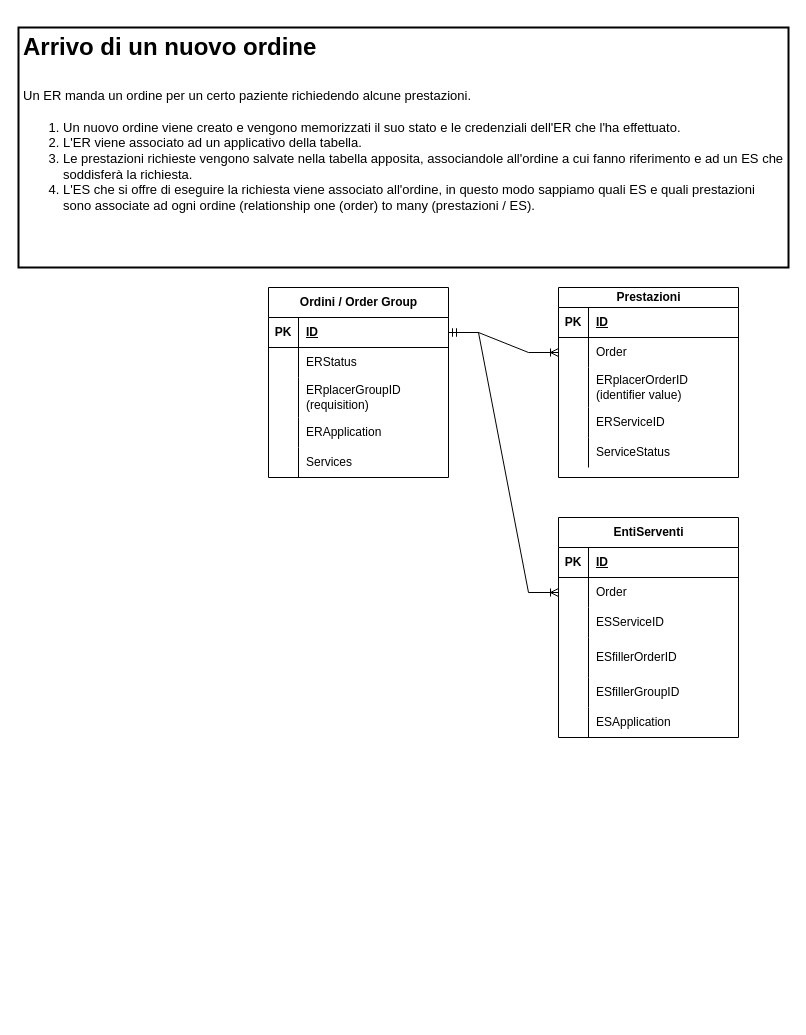
Before: Diagramma senza titolo.drawio in pietrodileo/ER-diagram-with-Draw.io, a draw.io diagram. Source tidied: cells renumbered, new cells numbered last; positions are measured from the earlier drawing's top-left corner, leaving out a move shared by most shapes. Both pictures are drawn from the tidied source at 100%, with x=0, y=0 at pixel (18, 27).
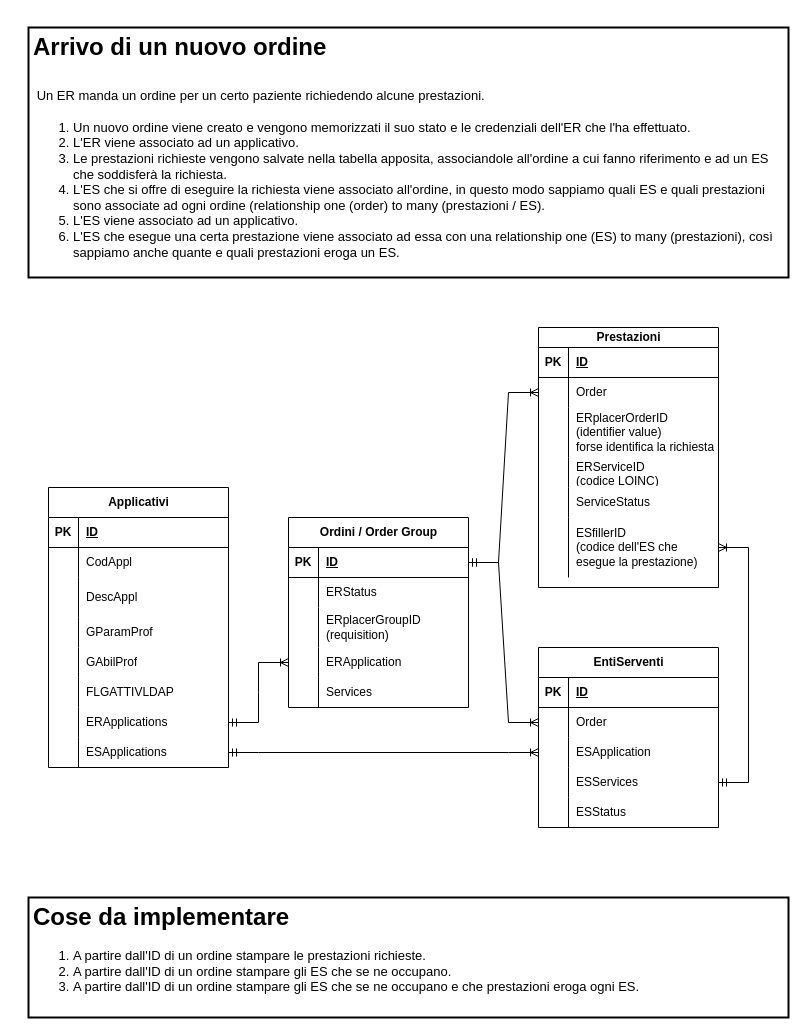
The same page after the edit.

The change refers to these unchanged cells:
```xml
<mxCell id="28" style="shape=tableRow;horizontal=0;startSize=0;swimlaneHead=0;swimlaneBody=0;fillColor=none;points=[[0,0.5],[1,0.5]];portConstraint=eastwest;top=0;left=0;right=0;bottom=0;" parent="18" vertex="1">
  <mxGeometry y="130" width="180" height="30" as="geometry" />
</mxCell>
```

The edit, as a diff of the source:
```diff
@@
     <mxCell id="2" value="Prestazioni" style="shape=table;startSize=20;childLayout=tableLayout;rowLines=0;fontStyle=1;align=center;html=1;" parent="1" vertex="1">
-      <mxGeometry x="540" y="260" width="180" height="190" as="geometry" />
+      <mxGeometry x="520" y="300" width="180" height="260" as="geometry" />
     </mxCell>
@@
     <mxCell id="9" style="shape=tableRow;horizontal=0;startSize=0;swimlaneHead=0;swimlaneBody=0;fillColor=none;top=0;left=0;right=0;bottom=0;" parent="2" vertex="1">
-      <mxGeometry y="80" width="180" height="40" as="geometry" />
+      <mxGeometry y="80" width="180" height="50" as="geometry" />
     </mxCell>
     <mxCell id="10" style="shape=partialRectangle;fillColor=none;top=0;left=0;bottom=0;right=0;overflow=hidden;whiteSpace=wrap;html=1;" parent="9" vertex="1">
-      <mxGeometry width="30" height="40" as="geometry" />
+      <mxGeometry width="30" height="50" as="geometry" />
     </mxCell>
-    <mxCell id="11" value="ERplacerOrderID&lt;br&gt;(identifier value)" style="shape=partialRectangle;fillColor=none;top=0;left=0;bottom=0;right=0;align=left;spacingLeft=6;overflow=hidden;whiteSpace=wrap;html=1;" parent="9" vertex="1">
-      <mxGeometry x="30" width="150" height="40" as="geometry" />
+    <mxCell id="11" value="ERplacerOrderID&lt;br&gt;(identifier value)&amp;nbsp;&lt;br&gt;forse identifica la richiesta" style="shape=partialRectangle;fillColor=none;top=0;left=0;bottom=0;right=0;align=left;spacingLeft=6;overflow=hidden;whiteSpace=wrap;html=1;" parent="9" vertex="1">
+      <mxGeometry x="30" width="150" height="50" as="geometry" />
     </mxCell>
     <mxCell id="12" style="shape=tableRow;horizontal=0;startSize=0;swimlaneHead=0;swimlaneBody=0;fillColor=none;top=0;left=0;right=0;bottom=0;" parent="2" vertex="1">
-      <mxGeometry y="120" width="180" height="30" as="geometry" />
+      <mxGeometry y="130" width="180" height="30" as="geometry" />
     </mxCell>
@@
-    <mxCell id="14" value="ERServiceID" style="shape=partialRectangle;fillColor=none;top=0;left=0;bottom=0;right=0;align=left;spacingLeft=6;overflow=hidden;whiteSpace=wrap;html=1;" parent="12" vertex="1">
+    <mxCell id="14" value="ERServiceID&lt;br&gt;(codice LOINC)" style="shape=partialRectangle;fillColor=none;top=0;left=0;bottom=0;right=0;align=left;spacingLeft=6;overflow=hidden;whiteSpace=wrap;html=1;" parent="12" vertex="1">
       <mxGeometry x="30" width="150" height="30" as="geometry" />
     </mxCell>
     <mxCell id="15" style="shape=tableRow;horizontal=0;startSize=0;swimlaneHead=0;swimlaneBody=0;fillColor=none;top=0;left=0;right=0;bottom=0;" parent="2" vertex="1">
-      <mxGeometry y="150" width="180" height="30" as="geometry" />
+      <mxGeometry y="160" width="180" height="30" as="geometry" />
     </mxCell>
@@
+    <mxCell id="56" style="shape=tableRow;horizontal=0;startSize=0;swimlaneHead=0;swimlaneBody=0;fillColor=none;points=[[0,0.5],[1,0.5]];portConstraint=eastwest;top=0;left=0;right=0;bottom=0;" parent="2" vertex="1">
+      <mxGeometry y="190" width="180" height="60" as="geometry" />
+    </mxCell>
+    <mxCell id="57" style="shape=partialRectangle;fillColor=none;top=0;left=0;bottom=0;right=0;overflow=hidden;whiteSpace=wrap;html=1;" parent="56" vertex="1">
+      <mxGeometry width="30" height="60" as="geometry" />
+    </mxCell>
+    <mxCell id="58" value="ESfillerID&lt;br&gt;(codice dell'ES che esegue la prestazione)" style="shape=partialRectangle;fillColor=none;top=0;left=0;bottom=0;right=0;align=left;spacingLeft=6;overflow=hidden;whiteSpace=wrap;html=1;" parent="56" vertex="1">
+      <mxGeometry x="30" width="150" height="60" as="geometry" />
+    </mxCell>
     <mxCell id="18" value="Ordini / Order Group" style="shape=table;startSize=30;childLayout=tableLayout;rowLines=0;fontStyle=1;align=center;html=1;" parent="1" vertex="1">
-      <mxGeometry x="250" y="260" width="180" height="190" as="geometry" />
+      <mxGeometry x="270" y="490" width="180" height="190" as="geometry" />
     </mxCell>
@@
     <mxCell id="34" value="EntiServenti" style="shape=table;startSize=30;childLayout=tableLayout;rowLines=0;fontStyle=1;align=center;html=1;" parent="1" vertex="1">
-      <mxGeometry x="540" y="490" width="180" height="220" as="geometry" />
+      <mxGeometry x="520" y="620" width="180" height="180" as="geometry" />
     </mxCell>
@@
-    <mxCell id="41" style="shape=tableRow;horizontal=0;startSize=0;swimlaneHead=0;swimlaneBody=0;fillColor=none;top=0;left=0;right=0;bottom=0;" parent="34" vertex="1">
-      <mxGeometry y="90" width="180" height="30" as="geometry" />
-    </mxCell>
-    <mxCell id="42" style="shape=partialRectangle;fillColor=none;top=0;left=0;bottom=0;right=0;overflow=hidden;whiteSpace=wrap;html=1;" parent="41" vertex="1">
-      <mxGeometry width="30" height="30" as="geometry" />
-    </mxCell>
-    <mxCell id="43" value="ESServiceID" style="shape=partialRectangle;fillColor=none;top=0;left=0;bottom=0;right=0;align=left;spacingLeft=6;overflow=hidden;whiteSpace=wrap;html=1;" parent="41" vertex="1">
-      <mxGeometry x="30" width="150" height="30" as="geometry" />
-    </mxCell>
-    <mxCell id="44" style="shape=tableRow;horizontal=0;startSize=0;swimlaneHead=0;swimlaneBody=0;fillColor=none;top=0;left=0;right=0;bottom=0;" parent="34" vertex="1">
-      <mxGeometry y="120" width="180" height="40" as="geometry" />
-    </mxCell>
-    <mxCell id="45" style="shape=partialRectangle;fillColor=none;top=0;left=0;bottom=0;right=0;overflow=hidden;whiteSpace=wrap;html=1;" parent="44" vertex="1">
-      <mxGeometry width="30" height="40" as="geometry" />
-    </mxCell>
-    <mxCell id="46" value="ESfillerOrderID" style="shape=partialRectangle;fillColor=none;top=0;left=0;bottom=0;right=0;align=left;spacingLeft=6;overflow=hidden;whiteSpace=wrap;html=1;" parent="44" vertex="1">
-      <mxGeometry x="30" width="150" height="40" as="geometry" />
-    </mxCell>
-    <mxCell id="47" style="shape=tableRow;horizontal=0;startSize=0;swimlaneHead=0;swimlaneBody=0;fillColor=none;top=0;left=0;right=0;bottom=0;" parent="34" vertex="1">
-      <mxGeometry y="160" width="180" height="30" as="geometry" />
-    </mxCell>
-    <mxCell id="48" style="shape=partialRectangle;fillColor=none;top=0;left=0;bottom=0;right=0;overflow=hidden;whiteSpace=wrap;html=1;" parent="47" vertex="1">
-      <mxGeometry width="30" height="30" as="geometry" />
-    </mxCell>
-    <mxCell id="49" value="ESfillerGroupID" style="shape=partialRectangle;fillColor=none;top=0;left=0;bottom=0;right=0;align=left;spacingLeft=6;overflow=hidden;whiteSpace=wrap;html=1;" parent="47" vertex="1">
-      <mxGeometry x="30" width="150" height="30" as="geometry" />
-    </mxCell>
     <mxCell id="50" style="shape=tableRow;horizontal=0;startSize=0;swimlaneHead=0;swimlaneBody=0;fillColor=none;points=[[0,0.5],[1,0.5]];portConstraint=eastwest;top=0;left=0;right=0;bottom=0;" parent="34" vertex="1">
-      <mxGeometry y="190" width="180" height="30" as="geometry" />
+      <mxGeometry y="90" width="180" height="30" as="geometry" />
     </mxCell>
@@
+    <mxCell id="59" style="shape=tableRow;horizontal=0;startSize=0;swimlaneHead=0;swimlaneBody=0;fillColor=none;points=[[0,0.5],[1,0.5]];portConstraint=eastwest;top=0;left=0;right=0;bottom=0;" parent="34" vertex="1">
+      <mxGeometry y="120" width="180" height="30" as="geometry" />
+    </mxCell>
+    <mxCell id="60" style="shape=partialRectangle;fillColor=none;top=0;left=0;bottom=0;right=0;overflow=hidden;whiteSpace=wrap;html=1;" parent="59" vertex="1">
+      <mxGeometry width="30" height="30" as="geometry" />
+    </mxCell>
+    <mxCell id="61" value="ESServices" style="shape=partialRectangle;fillColor=none;top=0;left=0;bottom=0;right=0;align=left;spacingLeft=6;overflow=hidden;whiteSpace=wrap;html=1;" parent="59" vertex="1">
+      <mxGeometry x="30" width="150" height="30" as="geometry" />
+    </mxCell>
+    <mxCell id="62" style="shape=tableRow;horizontal=0;startSize=0;swimlaneHead=0;swimlaneBody=0;fillColor=none;top=0;left=0;right=0;bottom=0;" parent="34" vertex="1">
+      <mxGeometry y="150" width="180" height="30" as="geometry" />
+    </mxCell>
+    <mxCell id="63" style="shape=partialRectangle;fillColor=none;top=0;left=0;bottom=0;right=0;overflow=hidden;whiteSpace=wrap;html=1;" parent="62" vertex="1">
+      <mxGeometry width="30" height="30" as="geometry" />
+    </mxCell>
+    <mxCell id="64" value="ESStatus" style="shape=partialRectangle;fillColor=none;top=0;left=0;bottom=0;right=0;align=left;spacingLeft=6;overflow=hidden;whiteSpace=wrap;html=1;" parent="62" vertex="1">
+      <mxGeometry x="30" width="150" height="30" as="geometry" />
+    </mxCell>
@@
-    <mxCell id="54" value="&lt;h1&gt;&lt;span style=&quot;background-color: initial;&quot;&gt;Arrivo di un nuovo ordine&lt;/span&gt;&lt;span style=&quot;background-color: initial; font-size: 12px; font-weight: normal;&quot;&gt;&amp;nbsp;&lt;/span&gt;&lt;/h1&gt;&lt;h1&gt;&lt;span style=&quot;background-color: initial; font-weight: normal;&quot;&gt;&lt;font style=&quot;font-size: 13px;&quot;&gt;Un ER manda un ordine per un certo paziente richiedendo alcune prestazioni. &lt;br&gt;&lt;ol&gt;&lt;li&gt;&lt;span style=&quot;background-color: initial; font-weight: normal;&quot;&gt;&lt;font style=&quot;font-size: 13px;&quot;&gt;Un nuovo ordine viene creato e vengono memorizzati il suo stato e le credenziali dell'ER che l'ha effettuato.&amp;nbsp;&lt;/font&gt;&lt;/span&gt;&lt;/li&gt;&lt;li style=&quot;border-color: var(--border-color);&quot;&gt;L'ER viene associato ad un applicativo della tabella.&amp;nbsp;&lt;/li&gt;&lt;li&gt;&lt;font style=&quot;font-size: 13px;&quot;&gt;Le prestazioni richieste vengono salvate nella tabella apposita, associandole all'ordine a cui fanno riferimento e ad un ES che soddisferà la richiesta.&amp;nbsp;&lt;/font&gt;&lt;/li&gt;&lt;li&gt;&lt;span style=&quot;background-color: initial; font-weight: normal;&quot;&gt;&lt;font style=&quot;font-size: 13px;&quot;&gt;L'ES che si offre di eseguire la richiesta viene associato all'ordine, in questo modo sappiamo quali ES e quali prestazioni sono associate ad ogni ordine (relationship one (order) to many (prestazioni / ES).&lt;/font&gt;&lt;/span&gt;&lt;/li&gt;&lt;/ol&gt;&lt;/font&gt;&lt;/span&gt;&lt;/h1&gt;" style="text;html=1;spacing=5;spacingTop=-20;whiteSpace=wrap;overflow=hidden;rounded=0;fillColor=default;strokeWidth=2;strokeColor=default;" parent="1" vertex="1">
-      <mxGeometry width="770" height="240" as="geometry" />
+    <mxCell id="54" value="&lt;h1&gt;&lt;span style=&quot;background-color: initial;&quot;&gt;Arrivo di un nuovo ordine&lt;/span&gt;&lt;span style=&quot;background-color: initial; font-size: 12px; font-weight: normal;&quot;&gt;&amp;nbsp;&lt;/span&gt;&lt;/h1&gt;&lt;h1&gt;&lt;span style=&quot;background-color: initial; font-weight: normal;&quot;&gt;&lt;font style=&quot;font-size: 13px;&quot;&gt;&lt;span style=&quot;white-space: pre;&quot;&gt; &lt;/span&gt;Un ER manda un ordine per un certo paziente richiedendo alcune prestazioni. &lt;br&gt;&lt;ol&gt;&lt;li&gt;&lt;span style=&quot;background-color: initial; font-weight: normal;&quot;&gt;&lt;font style=&quot;font-size: 13px;&quot;&gt;Un nuovo ordine viene creato e vengono memorizzati il suo stato e le credenziali dell'ER che l'ha effettuato.&amp;nbsp;&lt;/font&gt;&lt;/span&gt;&lt;/li&gt;&lt;li style=&quot;border-color: var(--border-color);&quot;&gt;L'ER viene associato ad un applicativo.&amp;nbsp;&lt;/li&gt;&lt;li&gt;&lt;font style=&quot;font-size: 13px;&quot;&gt;Le prestazioni richieste vengono salvate nella tabella apposita, associandole all'ordine a cui fanno riferimento e ad un ES che soddisferà la richiesta.&amp;nbsp;&lt;/font&gt;&lt;/li&gt;&lt;li&gt;&lt;span style=&quot;background-color: initial; font-weight: normal;&quot;&gt;&lt;font style=&quot;font-size: 13px;&quot;&gt;L'ES che si offre di eseguire la richiesta viene associato all'ordine, in questo modo sappiamo quali ES e quali prestazioni sono associate ad ogni ordine (relationship one (order) to many (prestazioni / ES).&lt;/font&gt;&lt;/span&gt;&lt;/li&gt;&lt;li&gt;&lt;span style=&quot;background-color: initial; font-weight: normal;&quot;&gt;&lt;font style=&quot;font-size: 13px;&quot;&gt;L'ES viene associato ad un applicativo.&lt;/font&gt;&lt;/span&gt;&lt;/li&gt;&lt;li&gt;&lt;span style=&quot;background-color: initial; font-weight: normal;&quot;&gt;&lt;font style=&quot;font-size: 13px;&quot;&gt;L'ES che esegue una certa prestazione viene associato ad essa con una relationship one (ES) to many (prestazioni), così sappiamo anche quante e quali prestazioni eroga un ES.&lt;/font&gt;&lt;/span&gt;&lt;/li&gt;&lt;/ol&gt;&lt;/font&gt;&lt;/span&gt;&lt;/h1&gt;" style="text;html=1;spacing=5;spacingTop=-20;whiteSpace=wrap;overflow=hidden;rounded=0;fillColor=default;strokeWidth=2;strokeColor=default;" parent="1" vertex="1">
+      <mxGeometry x="10" width="760" height="250" as="geometry" />
     </mxCell>
@@
+    <mxCell id="65" value="Applicativi" style="shape=table;startSize=30;childLayout=tableLayout;rowLines=0;fontStyle=1;align=center;html=1;" parent="1" vertex="1">
+      <mxGeometry x="30" y="460" width="180" height="280" as="geometry" />
+    </mxCell>
+    <mxCell id="66" style="shape=tableRow;horizontal=0;startSize=0;swimlaneHead=0;swimlaneBody=0;fillColor=none;top=0;left=0;right=0;bottom=1;" parent="65" vertex="1">
+      <mxGeometry y="30" width="180" height="30" as="geometry" />
+    </mxCell>
+    <mxCell id="67" value="PK" style="shape=partialRectangle;fillColor=none;top=0;left=0;bottom=0;right=0;fontStyle=1;overflow=hidden;whiteSpace=wrap;html=1;" parent="66" vertex="1">
+      <mxGeometry width="30" height="30" as="geometry" />
+    </mxCell>
+    <mxCell id="68" value="ID" style="shape=partialRectangle;fillColor=none;top=0;left=0;bottom=0;right=0;align=left;spacingLeft=6;fontStyle=5;overflow=hidden;whiteSpace=wrap;html=1;" parent="66" vertex="1">
+      <mxGeometry x="30" width="150" height="30" as="geometry" />
+    </mxCell>
+    <mxCell id="69" style="shape=tableRow;horizontal=0;startSize=0;swimlaneHead=0;swimlaneBody=0;fillColor=none;top=0;left=0;right=0;bottom=0;" parent="65" vertex="1">
+      <mxGeometry y="60" width="180" height="30" as="geometry" />
+    </mxCell>
+    <mxCell id="70" style="shape=partialRectangle;fillColor=none;top=0;left=0;bottom=0;right=0;overflow=hidden;whiteSpace=wrap;html=1;" parent="69" vertex="1">
+      <mxGeometry width="30" height="30" as="geometry" />
+    </mxCell>
+    <mxCell id="71" value="CodAppl" style="shape=partialRectangle;fillColor=none;top=0;left=0;bottom=0;right=0;align=left;spacingLeft=6;overflow=hidden;whiteSpace=wrap;html=1;" parent="69" vertex="1">
+      <mxGeometry x="30" width="150" height="30" as="geometry" />
+    </mxCell>
+    <mxCell id="72" style="shape=tableRow;horizontal=0;startSize=0;swimlaneHead=0;swimlaneBody=0;fillColor=none;top=0;left=0;right=0;bottom=0;" parent="65" vertex="1">
+      <mxGeometry y="90" width="180" height="40" as="geometry" />
+    </mxCell>
+    <mxCell id="45" style="shape=partialRectangle;fillColor=none;top=0;left=0;bottom=0;right=0;overflow=hidden;whiteSpace=wrap;html=1;" parent="72" vertex="1">
+      <mxGeometry width="30" height="40" as="geometry" />
+    </mxCell>
+    <mxCell id="73" value="DescAppl" style="shape=partialRectangle;fillColor=none;top=0;left=0;bottom=0;right=0;align=left;spacingLeft=6;overflow=hidden;whiteSpace=wrap;html=1;" parent="72" vertex="1">
+      <mxGeometry x="30" width="150" height="40" as="geometry" />
+    </mxCell>
+    <mxCell id="74" style="shape=tableRow;horizontal=0;startSize=0;swimlaneHead=0;swimlaneBody=0;fillColor=none;top=0;left=0;right=0;bottom=0;" parent="65" vertex="1">
+      <mxGeometry y="130" width="180" height="30" as="geometry" />
+    </mxCell>
+    <mxCell id="75" style="shape=partialRectangle;fillColor=none;top=0;left=0;bottom=0;right=0;overflow=hidden;whiteSpace=wrap;html=1;" parent="74" vertex="1">
+      <mxGeometry width="30" height="30" as="geometry" />
+    </mxCell>
+    <mxCell id="76" value="GParamProf" style="shape=partialRectangle;fillColor=none;top=0;left=0;bottom=0;right=0;align=left;spacingLeft=6;overflow=hidden;whiteSpace=wrap;html=1;" parent="74" vertex="1">
+      <mxGeometry x="30" width="150" height="30" as="geometry" />
+    </mxCell>
+    <mxCell id="47" style="shape=tableRow;horizontal=0;startSize=0;swimlaneHead=0;swimlaneBody=0;fillColor=none;top=0;left=0;right=0;bottom=0;" parent="65" vertex="1">
+      <mxGeometry y="160" width="180" height="30" as="geometry" />
+    </mxCell>
+    <mxCell id="77" style="shape=partialRectangle;fillColor=none;top=0;left=0;bottom=0;right=0;overflow=hidden;whiteSpace=wrap;html=1;" parent="47" vertex="1">
+      <mxGeometry width="30" height="30" as="geometry" />
+    </mxCell>
+    <mxCell id="78" value="GAbilProf" style="shape=partialRectangle;fillColor=none;top=0;left=0;bottom=0;right=0;align=left;spacingLeft=6;overflow=hidden;whiteSpace=wrap;html=1;" parent="47" vertex="1">
+      <mxGeometry x="30" width="150" height="30" as="geometry" />
+    </mxCell>
+    <mxCell id="79" style="shape=tableRow;horizontal=0;startSize=0;swimlaneHead=0;swimlaneBody=0;fillColor=none;top=0;left=0;right=0;bottom=0;" parent="65" vertex="1">
+      <mxGeometry y="190" width="180" height="30" as="geometry" />
+    </mxCell>
+    <mxCell id="80" style="shape=partialRectangle;fillColor=none;top=0;left=0;bottom=0;right=0;overflow=hidden;whiteSpace=wrap;html=1;" parent="79" vertex="1">
+      <mxGeometry width="30" height="30" as="geometry" />
+    </mxCell>
+    <mxCell id="81" value="FLGATTIVLDAP" style="shape=partialRectangle;fillColor=none;top=0;left=0;bottom=0;right=0;align=left;spacingLeft=6;overflow=hidden;whiteSpace=wrap;html=1;" parent="79" vertex="1">
+      <mxGeometry x="30" width="150" height="30" as="geometry" />
+    </mxCell>
+    <mxCell id="82" style="shape=tableRow;horizontal=0;startSize=0;swimlaneHead=0;swimlaneBody=0;fillColor=none;points=[[0,0.5],[1,0.5]];portConstraint=eastwest;top=0;left=0;right=0;bottom=0;" parent="65" vertex="1">
+      <mxGeometry y="220" width="180" height="30" as="geometry" />
+    </mxCell>
+    <mxCell id="83" style="shape=partialRectangle;fillColor=none;top=0;left=0;bottom=0;right=0;overflow=hidden;whiteSpace=wrap;html=1;" parent="82" vertex="1">
+      <mxGeometry width="30" height="30" as="geometry" />
+    </mxCell>
+    <mxCell id="84" value="ERApplications" style="shape=partialRectangle;fillColor=none;top=0;left=0;bottom=0;right=0;align=left;spacingLeft=6;overflow=hidden;whiteSpace=wrap;html=1;" parent="82" vertex="1">
+      <mxGeometry x="30" width="150" height="30" as="geometry" />
+    </mxCell>
+    <mxCell id="85" style="shape=tableRow;horizontal=0;startSize=0;swimlaneHead=0;swimlaneBody=0;fillColor=none;points=[[0,0.5],[1,0.5]];portConstraint=eastwest;top=0;left=0;right=0;bottom=0;" parent="65" vertex="1">
+      <mxGeometry y="250" width="180" height="30" as="geometry" />
+    </mxCell>
+    <mxCell id="86" style="shape=partialRectangle;fillColor=none;top=0;left=0;bottom=0;right=0;overflow=hidden;whiteSpace=wrap;html=1;" parent="85" vertex="1">
+      <mxGeometry width="30" height="30" as="geometry" />
+    </mxCell>
+    <mxCell id="87" value="ESApplications" style="shape=partialRectangle;fillColor=none;top=0;left=0;bottom=0;right=0;align=left;spacingLeft=6;overflow=hidden;whiteSpace=wrap;html=1;" parent="85" vertex="1">
+      <mxGeometry x="30" width="150" height="30" as="geometry" />
+    </mxCell>
+    <mxCell id="88" value="&lt;h1&gt;&lt;span style=&quot;background-color: initial;&quot;&gt;Cose da implementare&lt;/span&gt;&lt;span style=&quot;background-color: initial; font-size: 12px; font-weight: normal;&quot;&gt;&amp;nbsp;&lt;/span&gt;&amp;nbsp;&lt;/h1&gt;&lt;h1&gt;&lt;span style=&quot;background-color: initial; font-weight: normal;&quot;&gt;&lt;font style=&quot;font-size: 13px;&quot;&gt;&lt;ol&gt;&lt;li&gt;A partire dall'ID di un ordine stampare le prestazioni richieste.&lt;/li&gt;&lt;li style=&quot;border-color: var(--border-color);&quot;&gt;A partire dall'ID di un ordine stampare gli ES che se ne occupano.&lt;/li&gt;&lt;li style=&quot;border-color: var(--border-color);&quot;&gt;A partire dall'ID di un ordine stampare gli ES che se ne occupano e che prestazioni eroga ogni ES.&lt;/li&gt;&lt;/ol&gt;&lt;/font&gt;&lt;/span&gt;&lt;/h1&gt;" style="text;html=1;spacing=5;spacingTop=-20;whiteSpace=wrap;overflow=hidden;rounded=0;fillColor=default;strokeWidth=2;strokeColor=default;" parent="1" vertex="1">
+      <mxGeometry x="10" y="870" width="760" height="120" as="geometry" />
+    </mxCell>
+    <mxCell id="89" style="edgeStyle=entityRelationEdgeStyle;fontSize=12;html=1;endArrow=ERoneToMany;startArrow=ERmandOne;rounded=0;entryX=1;entryY=0.5;entryDx=0;entryDy=0;exitX=1;exitY=0.5;exitDx=0;exitDy=0;" parent="1" edge="1" source="59" target="56">
+      <mxGeometry relative="1" as="geometry" />
+    </mxCell>
+    <mxCell id="90" style="edgeStyle=entityRelationEdgeStyle;fontSize=12;html=1;endArrow=ERoneToMany;startArrow=ERmandOne;rounded=0;entryX=0;entryY=0.5;entryDx=0;entryDy=0;" parent="1" edge="1" source="82" target="28">
+      <mxGeometry relative="1" as="geometry" />
+    </mxCell>
+    <mxCell id="91" style="edgeStyle=entityRelationEdgeStyle;fontSize=12;html=1;endArrow=ERoneToMany;startArrow=ERmandOne;rounded=0;entryX=0;entryY=0.5;entryDx=0;entryDy=0;" parent="1" edge="1" source="85" target="50">
+      <mxGeometry relative="1" as="geometry" />
+    </mxCell>
```
